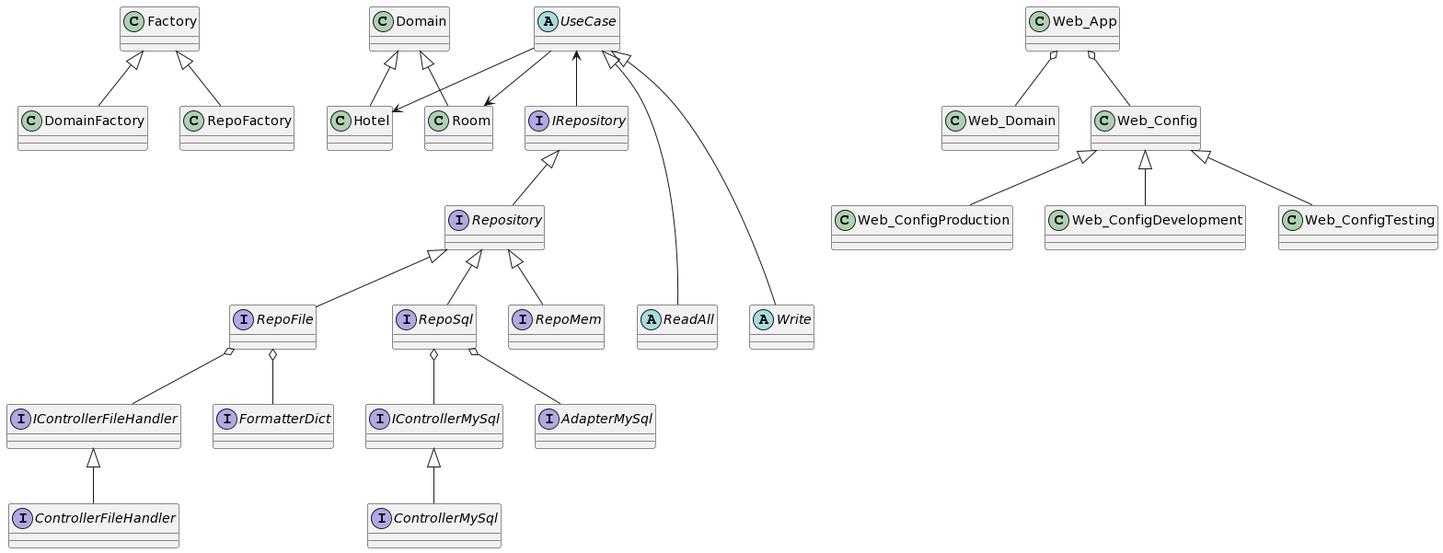
The PlantUML diagram UML/main_simple.png in rj3316/clean_arquitecture_rentomatic, before a commit.
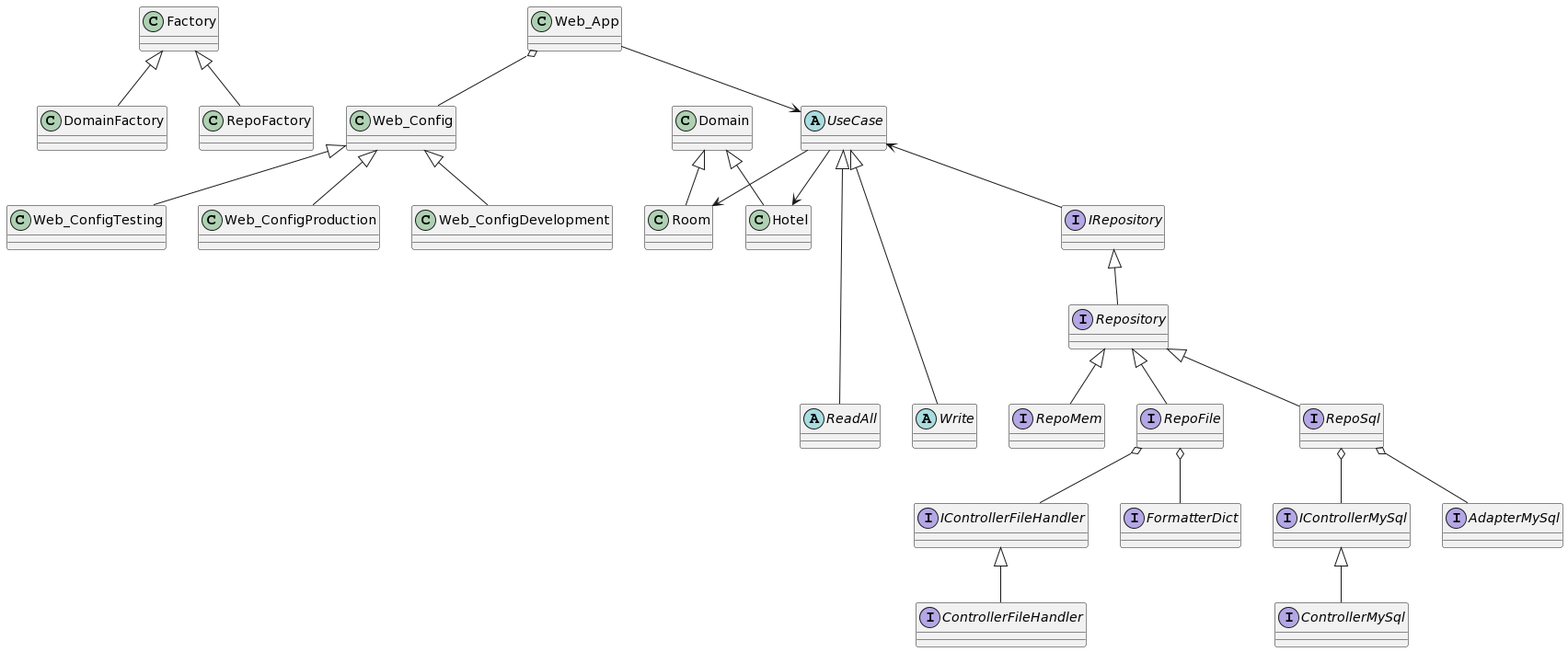
After the change.

Diff of the diagram source:
```diff
@@ -23,7 +23,6 @@
 interface FormatterDict
 
 class Web_App
-class Web_Domain
 class Web_Config
 class Web_ConfigProduction
 class Web_ConfigDevelopment
@@ -68,5 +67,6 @@
 Web_Config <|-- Web_ConfigTesting
 
 Web_App o-- Web_Config
-Web_App o-- Web_Domain
+
+Web_App --> UseCase
 @enduml
```
